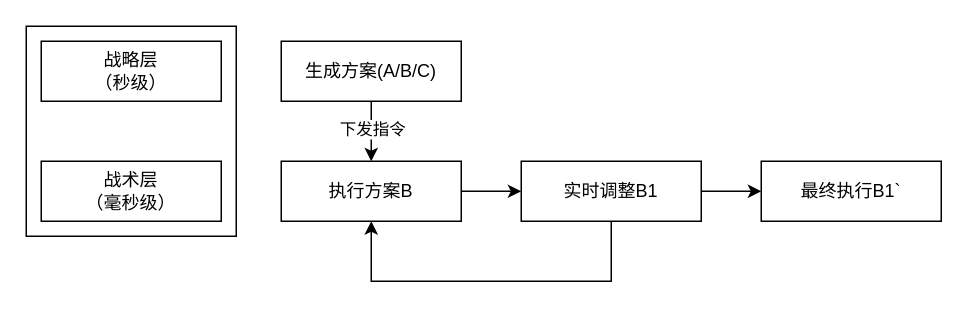
Above: 专利-分层决策时序图.drawio in runoob09/drawio (draw.io), before the change. Source tidied: cells renumbered, new cells numbered last; positions are measured from the earlier drawing's top-left corner, leaving out a move shared by most shapes. Both pictures are drawn from the tidied source at 150%, with x=0, y=0 at pixel (26, 26).
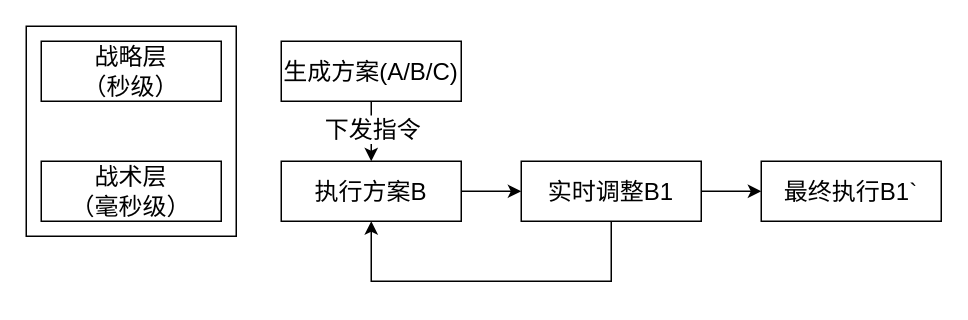
After the change.

Commit message (it also covers changes not shown here):
更新专利-分层决策时序图.drawio

Diff of the diagram source:
```diff
@@
 <mxGraphModel>
   <root>
     <mxCell id="0" />
     <mxCell id="1" parent="0" />
-    <mxCell id="2" style="rounded=0;whiteSpace=wrap;html=1;" parent="1" vertex="1">
+    <mxCell id="2" style="rounded=0;whiteSpace=wrap;html=1;fontSize=16;" parent="1" vertex="1">
       <mxGeometry width="140" height="140" as="geometry" />
     </mxCell>
-    <mxCell id="3" value="战术层&lt;br&gt;（毫秒级）" style="rounded=0;whiteSpace=wrap;html=1;" parent="1" vertex="1">
+    <mxCell id="3" value="战术层&lt;br&gt;（毫秒级）" style="rounded=0;whiteSpace=wrap;html=1;fontSize=16;" parent="1" vertex="1">
       <mxGeometry x="10" y="90" width="120" height="40" as="geometry" />
     </mxCell>
-    <mxCell id="4" value="战略层&lt;br&gt;（秒级）" style="rounded=0;whiteSpace=wrap;html=1;" parent="1" vertex="1">
+    <mxCell id="4" value="战略层&lt;br&gt;（秒级）" style="rounded=0;whiteSpace=wrap;html=1;fontSize=16;" parent="1" vertex="1">
       <mxGeometry x="10" y="10" width="120" height="40" as="geometry" />
     </mxCell>
-    <mxCell id="5" style="edgeStyle=orthogonalEdgeStyle;rounded=0;jettySize=auto;html=1;entryX=0.5;entryY=0;entryDx=0;entryDy=0;" parent="1" edge="1" source="7" target="9">
+    <mxCell id="5" style="edgeStyle=orthogonalEdgeStyle;rounded=0;jettySize=auto;html=1;entryX=0.5;entryY=0;entryDx=0;entryDy=0;fontSize=16;" parent="1" edge="1" source="7" target="9">
       <mxGeometry relative="1" as="geometry" />
     </mxCell>
-    <mxCell id="6" value="下发指令" style="edgeLabel;html=1;align=center;verticalAlign=middle;" parent="5" vertex="1">
+    <mxCell id="6" value="下发指令" style="edgeLabel;html=1;align=center;verticalAlign=middle;fontSize=16;" parent="5" vertex="1">
       <mxGeometry x="-0.1" relative="1" as="geometry" />
     </mxCell>
-    <mxCell id="7" value="生成方案(A/B/C)" style="rounded=0;whiteSpace=wrap;html=1;" parent="1" vertex="1">
+    <mxCell id="7" value="生成方案(A/B/C)" style="rounded=0;whiteSpace=wrap;html=1;fontSize=16;" parent="1" vertex="1">
       <mxGeometry x="170" y="10" width="120" height="40" as="geometry" />
     </mxCell>
-    <mxCell id="8" style="edgeStyle=orthogonalEdgeStyle;rounded=0;jettySize=auto;html=1;entryX=0;entryY=0.5;entryDx=0;entryDy=0;" parent="1" edge="1" source="9" target="12">
+    <mxCell id="8" style="edgeStyle=orthogonalEdgeStyle;rounded=0;jettySize=auto;html=1;entryX=0;entryY=0.5;entryDx=0;entryDy=0;fontSize=16;" parent="1" edge="1" source="9" target="12">
       <mxGeometry relative="1" as="geometry" />
     </mxCell>
-    <mxCell id="9" value="执行方案B" style="rounded=0;whiteSpace=wrap;html=1;" parent="1" vertex="1">
+    <mxCell id="9" value="执行方案B" style="rounded=0;whiteSpace=wrap;html=1;fontSize=16;" parent="1" vertex="1">
       <mxGeometry x="170" y="90" width="120" height="40" as="geometry" />
     </mxCell>
-    <mxCell id="10" style="edgeStyle=orthogonalEdgeStyle;rounded=0;jettySize=auto;html=1;entryX=0.5;entryY=1;entryDx=0;entryDy=0;" parent="1" edge="1" source="12" target="9">
+    <mxCell id="10" style="edgeStyle=orthogonalEdgeStyle;rounded=0;jettySize=auto;html=1;entryX=0.5;entryY=1;entryDx=0;entryDy=0;fontSize=16;" parent="1" edge="1" source="12" target="9">
       <mxGeometry relative="1" as="geometry">
         <Array as="points">
           <mxPoint x="390" y="170" />
           <mxPoint x="230" y="170" />
         </Array>
       </mxGeometry>
     </mxCell>
-    <mxCell id="11" style="edgeStyle=orthogonalEdgeStyle;rounded=0;jettySize=auto;html=1;entryX=0;entryY=0.5;entryDx=0;entryDy=0;" parent="1" edge="1" source="12" target="13">
+    <mxCell id="11" style="edgeStyle=orthogonalEdgeStyle;rounded=0;jettySize=auto;html=1;entryX=0;entryY=0.5;entryDx=0;entryDy=0;fontSize=16;" parent="1" edge="1" source="12" target="13">
       <mxGeometry relative="1" as="geometry" />
     </mxCell>
-    <mxCell id="12" value="实时调整B1" style="rounded=0;whiteSpace=wrap;html=1;" parent="1" vertex="1">
+    <mxCell id="12" value="实时调整B1" style="rounded=0;whiteSpace=wrap;html=1;fontSize=16;" parent="1" vertex="1">
       <mxGeometry x="330" y="90" width="120" height="40" as="geometry" />
     </mxCell>
-    <mxCell id="13" value="最终执行B1`" style="rounded=0;whiteSpace=wrap;html=1;" parent="1" vertex="1">
+    <mxCell id="13" value="最终执行B1`" style="rounded=0;whiteSpace=wrap;html=1;fontSize=16;" parent="1" vertex="1">
       <mxGeometry x="490" y="90" width="120" height="40" as="geometry" />
     </mxCell>
   </root>
 </mxGraphModel>
```
